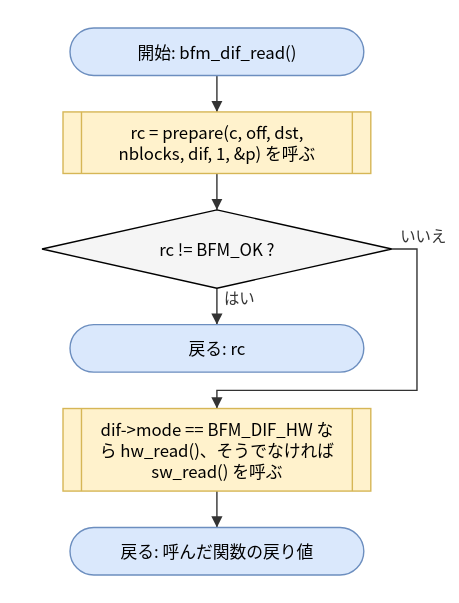
Earlier version of the draw.io export doc/spec/images/flow_src_bfm_dif-bfm_dif_read.drawio.svg (hf355051012-ai/bfmem). Source tidied: cells renumbered, new cells last; positions are measured from the earlier drawing's top-left corner, leaving out a move shared by most shapes. Its diagram source:
```xml
<mxGraphModel>
  <root>
    <mxCell id="0" />
    <mxCell id="1" parent="0" />
    <mxCell id="2" value="開始: bfm_dif_read()" style="rounded=1;arcSize=50;whiteSpace=wrap;html=1;fillColor=#dae8fc;strokeColor=#6c8ebf;" parent="1" vertex="1">
      <mxGeometry x="20" width="210" height="34" as="geometry" />
    </mxCell>
    <mxCell id="3" value="rc = prepare(c, off, dst,&lt;br&gt;nblocks, dif, 1, &amp;amp;p) を呼ぶ" style="shape=process;whiteSpace=wrap;html=1;backgroundOutline=1;size=0.06;fillColor=#fff2cc;strokeColor=#d6b656;" parent="1" vertex="1">
      <mxGeometry x="15" y="60" width="220" height="44" as="geometry" />
    </mxCell>
    <mxCell id="4" value="rc != BFM_OK ?" style="rhombus;whiteSpace=wrap;html=1;fillColor=#f5f5f5;" parent="1" vertex="1">
      <mxGeometry y="130" width="250" height="56" as="geometry" />
    </mxCell>
    <mxCell id="5" value="戻る: rc" style="rounded=1;arcSize=50;whiteSpace=wrap;html=1;fillColor=#dae8fc;strokeColor=#6c8ebf;" parent="1" vertex="1">
      <mxGeometry x="20" y="212" width="210" height="34" as="geometry" />
    </mxCell>
    <mxCell id="6" value="dif-&amp;gt;mode == BFM_DIF_HW な&lt;br&gt;ら hw_read()、そうでなければ&lt;br&gt;sw_read() を呼ぶ" style="shape=process;whiteSpace=wrap;html=1;backgroundOutline=1;size=0.06;fillColor=#fff2cc;strokeColor=#d6b656;" parent="1" vertex="1">
      <mxGeometry x="15" y="272" width="220" height="59" as="geometry" />
    </mxCell>
    <mxCell id="7" value="戻る: 呼んだ関数の戻り値" style="rounded=1;arcSize=50;whiteSpace=wrap;html=1;fillColor=#dae8fc;strokeColor=#6c8ebf;" parent="1" vertex="1">
      <mxGeometry x="20" y="357" width="210" height="34" as="geometry" />
    </mxCell>
    <mxCell id="8" style="edgeStyle=none;html=1;rounded=0;endArrow=block;endFill=1;exitX=0.5000;exitY=1.0000;exitDx=0;exitDy=0;exitPerimeter=0;entryX=0.5000;entryY=0.0000;entryDx=0;entryDy=0;entryPerimeter=0;" parent="1" edge="1" source="2" target="3">
      <mxGeometry relative="1" as="geometry" />
    </mxCell>
    <mxCell id="9" style="edgeStyle=none;html=1;rounded=0;endArrow=block;endFill=1;exitX=0.5000;exitY=1.0000;exitDx=0;exitDy=0;exitPerimeter=0;entryX=0.5000;entryY=0.0000;entryDx=0;entryDy=0;entryPerimeter=0;" parent="1" edge="1" source="3" target="4">
      <mxGeometry relative="1" as="geometry" />
    </mxCell>
    <mxCell id="10" value="はい" style="edgeStyle=none;html=1;rounded=0;endArrow=block;endFill=1;exitX=0.5000;exitY=1.0000;exitDx=0;exitDy=0;exitPerimeter=0;entryX=0.5000;entryY=0.0000;entryDx=0;entryDy=0;entryPerimeter=0;" parent="1" edge="1" source="4" target="5">
      <mxGeometry relative="1" as="geometry" />
    </mxCell>
    <mxCell id="11" value="いいえ" style="edgeStyle=none;html=1;rounded=0;endArrow=block;endFill=1;exitX=1.0000;exitY=0.5000;exitDx=0;exitDy=0;exitPerimeter=0;entryX=0.5000;entryY=0.0000;entryDx=0;entryDy=0;entryPerimeter=0;" parent="1" edge="1" source="4" target="6">
      <mxGeometry relative="1" as="geometry">
        <Array as="points">
          <mxPoint x="268" y="158" />
          <mxPoint x="268" y="259" />
          <mxPoint x="125" y="259" />
        </Array>
      </mxGeometry>
    </mxCell>
    <mxCell id="12" style="edgeStyle=none;html=1;rounded=0;endArrow=block;endFill=1;exitX=0.5000;exitY=1.0000;exitDx=0;exitDy=0;exitPerimeter=0;entryX=0.5000;entryY=0.0000;entryDx=0;entryDy=0;entryPerimeter=0;" parent="1" edge="1" source="6" target="7">
      <mxGeometry relative="1" as="geometry" />
    </mxCell>
  </root>
</mxGraphModel>
```
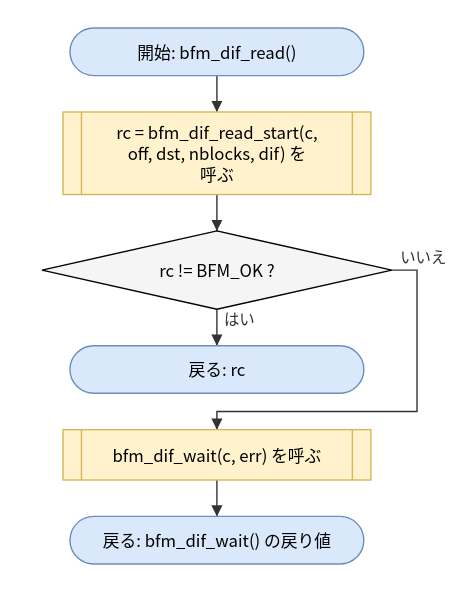
After the commit.

What changed in the source:
```diff
@@ -5,20 +5,20 @@
     <mxCell id="2" value="開始: bfm_dif_read()" style="rounded=1;arcSize=50;whiteSpace=wrap;html=1;fillColor=#dae8fc;strokeColor=#6c8ebf;" parent="1" vertex="1">
       <mxGeometry x="20" width="210" height="34" as="geometry" />
     </mxCell>
-    <mxCell id="3" value="rc = prepare(c, off, dst,&lt;br&gt;nblocks, dif, 1, &amp;amp;p) を呼ぶ" style="shape=process;whiteSpace=wrap;html=1;backgroundOutline=1;size=0.06;fillColor=#fff2cc;strokeColor=#d6b656;" parent="1" vertex="1">
-      <mxGeometry x="15" y="60" width="220" height="44" as="geometry" />
+    <mxCell id="3" value="rc = bfm_dif_read_start(c,&lt;br&gt;off, dst, nblocks, dif) を&lt;br&gt;呼ぶ" style="shape=process;whiteSpace=wrap;html=1;backgroundOutline=1;size=0.06;fillColor=#fff2cc;strokeColor=#d6b656;" parent="1" vertex="1">
+      <mxGeometry x="15" y="60" width="220" height="59" as="geometry" />
     </mxCell>
     <mxCell id="4" value="rc != BFM_OK ?" style="rhombus;whiteSpace=wrap;html=1;fillColor=#f5f5f5;" parent="1" vertex="1">
-      <mxGeometry y="130" width="250" height="56" as="geometry" />
+      <mxGeometry y="145" width="250" height="56" as="geometry" />
     </mxCell>
     <mxCell id="5" value="戻る: rc" style="rounded=1;arcSize=50;whiteSpace=wrap;html=1;fillColor=#dae8fc;strokeColor=#6c8ebf;" parent="1" vertex="1">
-      <mxGeometry x="20" y="212" width="210" height="34" as="geometry" />
+      <mxGeometry x="20" y="227" width="210" height="34" as="geometry" />
     </mxCell>
-    <mxCell id="6" value="dif-&amp;gt;mode == BFM_DIF_HW な&lt;br&gt;ら hw_read()、そうでなければ&lt;br&gt;sw_read() を呼ぶ" style="shape=process;whiteSpace=wrap;html=1;backgroundOutline=1;size=0.06;fillColor=#fff2cc;strokeColor=#d6b656;" parent="1" vertex="1">
-      <mxGeometry x="15" y="272" width="220" height="59" as="geometry" />
+    <mxCell id="6" value="bfm_dif_wait(c, err) を呼ぶ" style="shape=process;whiteSpace=wrap;html=1;backgroundOutline=1;size=0.06;fillColor=#fff2cc;strokeColor=#d6b656;" parent="1" vertex="1">
+      <mxGeometry x="15" y="287" width="220" height="36" as="geometry" />
     </mxCell>
-    <mxCell id="7" value="戻る: 呼んだ関数の戻り値" style="rounded=1;arcSize=50;whiteSpace=wrap;html=1;fillColor=#dae8fc;strokeColor=#6c8ebf;" parent="1" vertex="1">
-      <mxGeometry x="20" y="357" width="210" height="34" as="geometry" />
+    <mxCell id="7" value="戻る: bfm_dif_wait() の戻り値" style="rounded=1;arcSize=50;whiteSpace=wrap;html=1;fillColor=#dae8fc;strokeColor=#6c8ebf;" parent="1" vertex="1">
+      <mxGeometry x="20" y="349" width="210" height="34" as="geometry" />
     </mxCell>
     <mxCell id="8" style="edgeStyle=none;html=1;rounded=0;endArrow=block;endFill=1;exitX=0.5000;exitY=1.0000;exitDx=0;exitDy=0;exitPerimeter=0;entryX=0.5000;entryY=0.0000;entryDx=0;entryDy=0;entryPerimeter=0;" parent="1" edge="1" source="2" target="3">
       <mxGeometry relative="1" as="geometry" />
@@ -32,9 +32,9 @@
     <mxCell id="11" value="いいえ" style="edgeStyle=none;html=1;rounded=0;endArrow=block;endFill=1;exitX=1.0000;exitY=0.5000;exitDx=0;exitDy=0;exitPerimeter=0;entryX=0.5000;entryY=0.0000;entryDx=0;entryDy=0;entryPerimeter=0;" parent="1" edge="1" source="4" target="6">
       <mxGeometry relative="1" as="geometry">
         <Array as="points">
-          <mxPoint x="268" y="158" />
-          <mxPoint x="268" y="259" />
-          <mxPoint x="125" y="259" />
+          <mxPoint x="268" y="173" />
+          <mxPoint x="268" y="274" />
+          <mxPoint x="125" y="274" />
         </Array>
       </mxGeometry>
     </mxCell>
```
